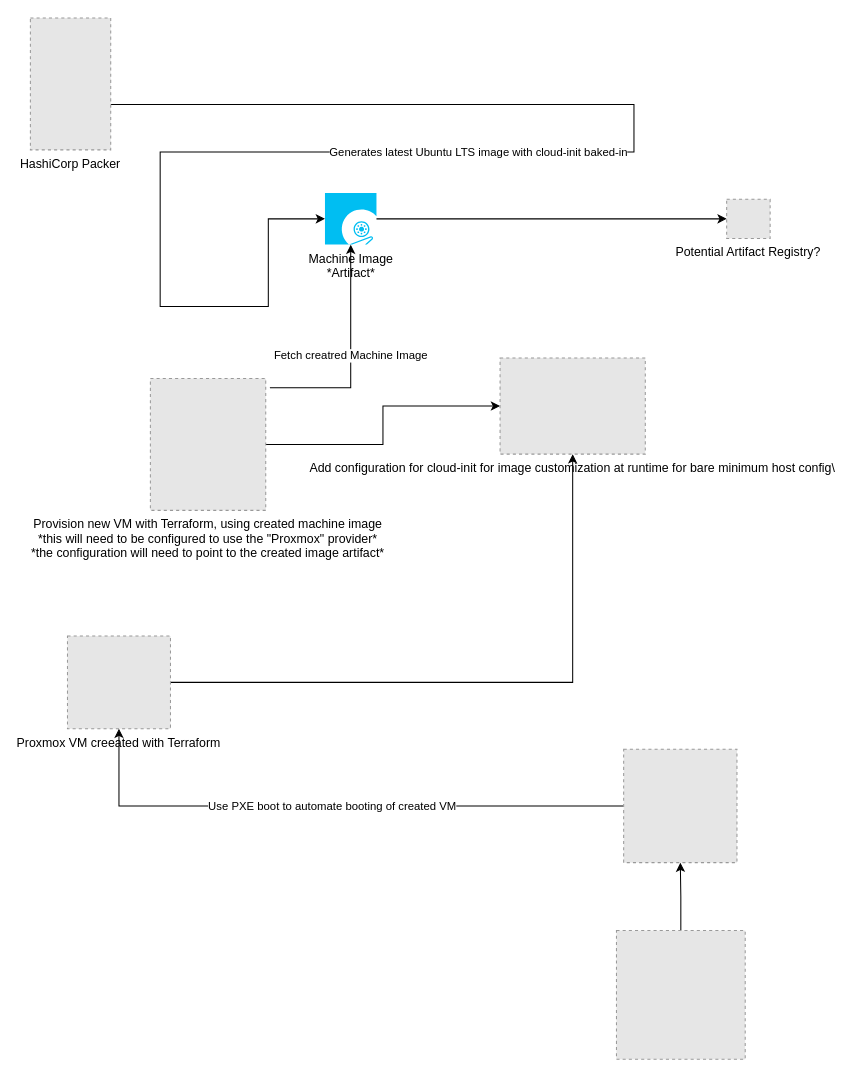
The draw.io diagram ultimatenas_pipeline.drawio in ctalaveraw/ultimate-devops-nas, before the edit. Source tidied: cells renumbered, new cells numbered last; positions are measured from the earlier drawing's top-left corner, leaving out a move shared by most shapes. Both pictures are drawn from the tidied source at 103%, with x=0, y=0 at pixel (30, 18). Pictures stored in the file or linked from it are replaced by grey dashed boxes.
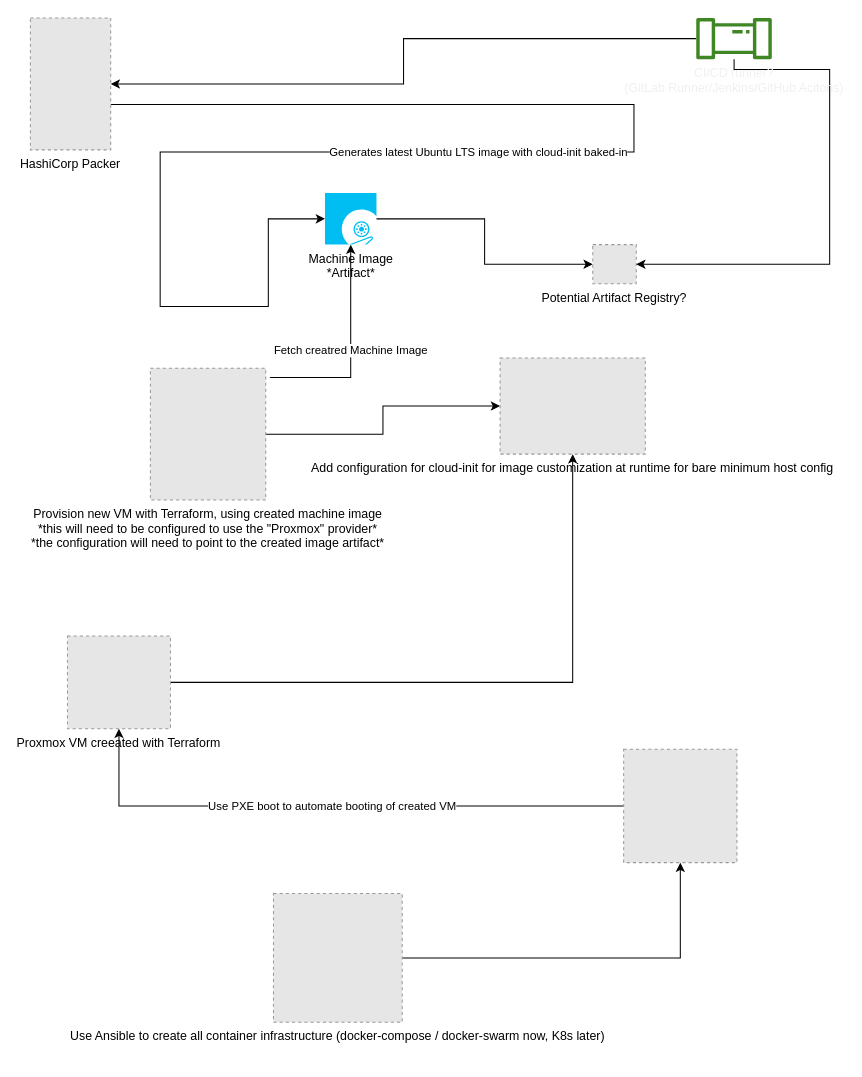
After the change.

The change refers to these unchanged cells:
```xml
<mxCell id="3" value="HashiCorp Packer" style="fillColor=#E6E6E6;strokeColor=#999999;dashed=1;verticalLabelPosition=bottom;verticalAlign=top;" parent="1" vertex="1">
  <mxGeometry width="78" height="128" as="geometry" />
</mxCell>
```

The edit, as a diff of the source:
```diff
@@
     <mxCell id="6" value="Potential Artifact Registry?&#10;" style="fillColor=#E6E6E6;strokeColor=#999999;dashed=1;verticalLabelPosition=bottom;labelBackgroundColor=none;verticalAlign=top;fontColor=default;" parent="1" vertex="1">
-      <mxGeometry x="676" y="176" width="42.2" height="38" as="geometry" />
+      <mxGeometry x="546" y="220" width="42.2" height="38" as="geometry" />
     </mxCell>
@@
     <mxCell id="9" value="Provision new VM with Terraform, using created machine image&#10;*this will need to be configured to use the &quot;Proxmox&quot; provider*&#10;*the configuration will need to point to the created image artifact*" style="fillColor=#E6E6E6;strokeColor=#999999;dashed=1;verticalLabelPosition=bottom;verticalAlign=top;labelBackgroundColor=none;fontColor=default;" parent="1" vertex="1">
-      <mxGeometry x="116.5" y="350" width="112" height="128" as="geometry" />
+      <mxGeometry x="116.5" y="340" width="112" height="128" as="geometry" />
     </mxCell>
@@
-    <mxCell id="12" value="Add configuration for cloud-init for image customization at runtime for bare minimum host config\" style="fillColor=#E6E6E6;strokeColor=#999999;dashed=1;verticalLabelPosition=bottom;verticalAlign=top;labelBackgroundColor=none;fontColor=default;" parent="1" vertex="1">
+    <mxCell id="12" value="Add configuration for cloud-init for image customization at runtime for bare minimum host config&#10;" style="fillColor=#E6E6E6;strokeColor=#999999;dashed=1;verticalLabelPosition=bottom;verticalAlign=top;labelBackgroundColor=none;fontColor=default;" parent="1" vertex="1">
       <mxGeometry x="456" y="330" width="141" height="93.4" as="geometry" />
     </mxCell>
@@
-    <mxCell id="16" style="fillColor=#E6E6E6;strokeColor=#999999;dashed=1;verticalLabelPosition=bottom;verticalAlign=top;labelBackgroundColor=none;fontColor=default;" parent="1" vertex="1">
-      <mxGeometry x="569" y="886" width="125" height="125" as="geometry" />
+    <mxCell id="16" value="Use Ansible to create all container infrastructure (docker-compose / docker-swarm now, K8s later)" style="fillColor=#E6E6E6;strokeColor=#999999;dashed=1;verticalLabelPosition=bottom;verticalAlign=top;labelBackgroundColor=none;fontColor=default;" parent="1" vertex="1">
+      <mxGeometry x="236" y="850" width="125" height="125" as="geometry" />
     </mxCell>
+    <mxCell id="17" style="edgeStyle=orthogonalEdgeStyle;rounded=0;jettySize=auto;html=1;fontColor=#F0F0F0;entryX=1;entryY=0.5;entryDx=0;entryDy=0;" parent="1" edge="1" source="19" target="6">
+      <mxGeometry relative="1" as="geometry">
+        <Array as="points">
+          <mxPoint x="776" y="50" />
+          <mxPoint x="776" y="239" />
+        </Array>
+      </mxGeometry>
+    </mxCell>
+    <mxCell id="18" style="edgeStyle=orthogonalEdgeStyle;rounded=0;jettySize=auto;html=1;fontColor=#F0F0F0;" parent="1" edge="1" source="19" target="3">
+      <mxGeometry relative="1" as="geometry" />
+    </mxCell>
+    <mxCell id="19" value="CI/CD runner?&lt;br&gt;(GitLab Runner/Jenkins/GitHub Acitons)" style="sketch=0;outlineConnect=0;fontColor=#F0F0F0;gradientColor=none;fillColor=#3F8624;strokeColor=none;dashed=0;verticalLabelPosition=bottom;verticalAlign=top;align=center;html=1;fontSize=12;fontStyle=0;shape=mxgraph.aws4.iot_analytics_pipeline;labelBackgroundColor=none;" parent="1" vertex="1">
+      <mxGeometry x="646" width="74.3" height="40" as="geometry" />
+    </mxCell>
```
